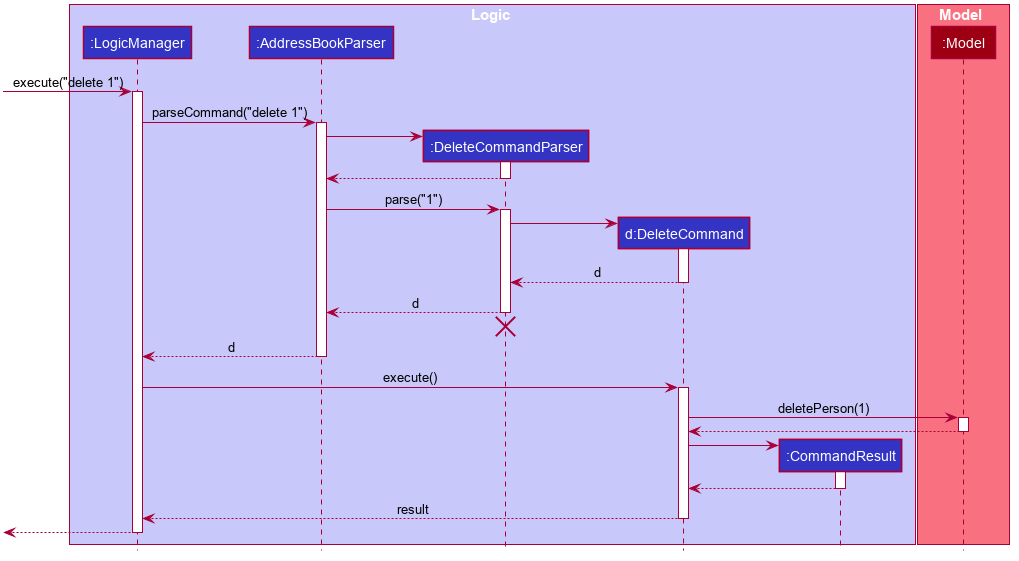
Earlier version of the PlantUML export docs/images/DeleteSequenceDiagram.png (nus-cs2103-AY2223S2/tp).
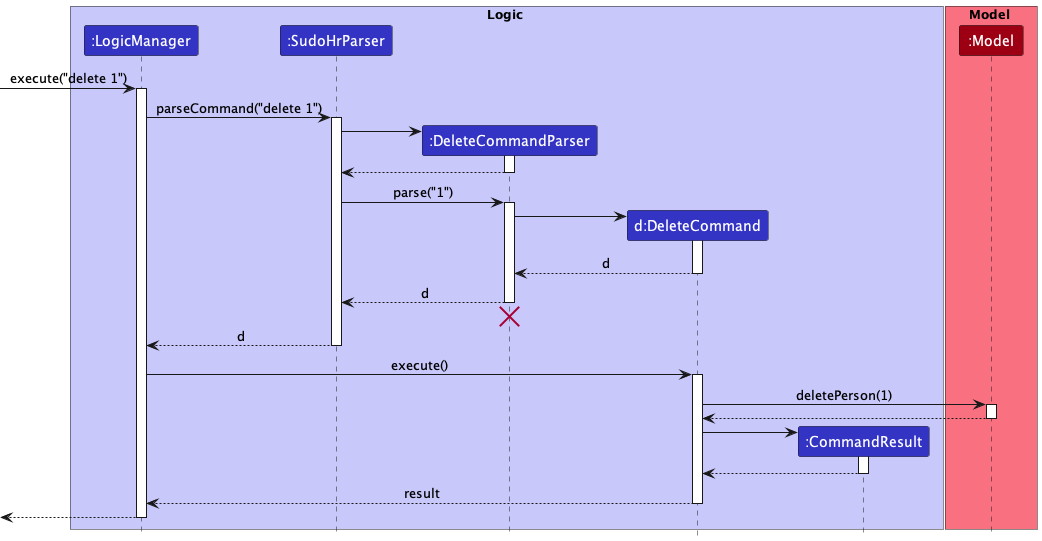
The same diagram one commit later.

The edit, as a diff of the source:
```diff
@@ -1,79 +1,32 @@
 @startuml
+!include style.puml
 
-
-
-
-
-
-
-
-skinparam BackgroundColor #FFFFFFF
-
-skinparam Shadowing false
-
-skinparam Class {
-    FontColor #FFFFFF
-    BorderThickness 1
-    BorderColor #FFFFFF
-    StereotypeFontColor #FFFFFF
-    FontName Arial
-}
-
-skinparam Actor {
-    BorderColor #000000
-    Color #000000
-    FontName Arial
-}
-
-skinparam Sequence {
-    MessageAlign center
-    BoxFontSize 15
-    BoxPadding 0
-    BoxFontColor #FFFFFF
-    FontName Arial
-}
-
-skinparam Participant {
-    FontColor #FFFFFFF
-    Padding 20
-}
-
-skinparam MinClassWidth 50
-skinparam ParticipantPadding 10
-skinparam Shadowing false
-skinparam DefaultTextAlignment center
-skinparam packageStyle Rectangle
-
-hide footbox
-hide members
-hide circle
-
-box Logic #C8C8FA
-participant ":LogicManager" as LogicManager #3333C4
-participant ":AddressBookParser" as AddressBookParser #3333C4
-participant ":DeleteCommandParser" as DeleteCommandParser #3333C4
-participant "d:DeleteCommand" as DeleteCommand #3333C4
-participant ":CommandResult" as CommandResult #3333C4
+box Logic LOGIC_COLOR_T1
+participant ":LogicManager" as LogicManager LOGIC_COLOR
+participant ":SudoHrParser" as SudoHrParser LOGIC_COLOR
+participant ":DeleteCommandParser" as DeleteCommandParser LOGIC_COLOR
+participant "d:DeleteCommand" as DeleteCommand LOGIC_COLOR
+participant ":CommandResult" as CommandResult LOGIC_COLOR
 end box
 
-box Model #F97181
-participant ":Model" as Model #9D0012
+box Model MODEL_COLOR_T1
+participant ":Model" as Model MODEL_COLOR
 end box
 
 [-> LogicManager : execute("delete 1")
 activate LogicManager
 
-LogicManager -> AddressBookParser : parseCommand("delete 1")
-activate AddressBookParser
+LogicManager -> SudoHrParser : parseCommand("delete 1")
+activate SudoHrParser
 
 create DeleteCommandParser
-AddressBookParser -> DeleteCommandParser
+SudoHrParser -> DeleteCommandParser
 activate DeleteCommandParser
 
-DeleteCommandParser --> AddressBookParser
+DeleteCommandParser --> SudoHrParser
 deactivate DeleteCommandParser
 
-AddressBookParser -> DeleteCommandParser : parse("1")
+SudoHrParser -> DeleteCommandParser : parse("1")
 activate DeleteCommandParser
 
 create DeleteCommand
@@ -83,13 +36,13 @@
 DeleteCommand --> DeleteCommandParser : d
 deactivate DeleteCommand
 
-DeleteCommandParser --> AddressBookParser : d
+DeleteCommandParser --> SudoHrParser : d
 deactivate DeleteCommandParser
-DeleteCommandParser -[hidden]-> AddressBookParser
+DeleteCommandParser -[hidden]-> SudoHrParser
 destroy DeleteCommandParser
 
-AddressBookParser --> LogicManager : d
-deactivate AddressBookParser
+SudoHrParser --> LogicManager : d
+deactivate SudoHrParser
 
 LogicManager -> DeleteCommand : execute()
 activate DeleteCommand
```
